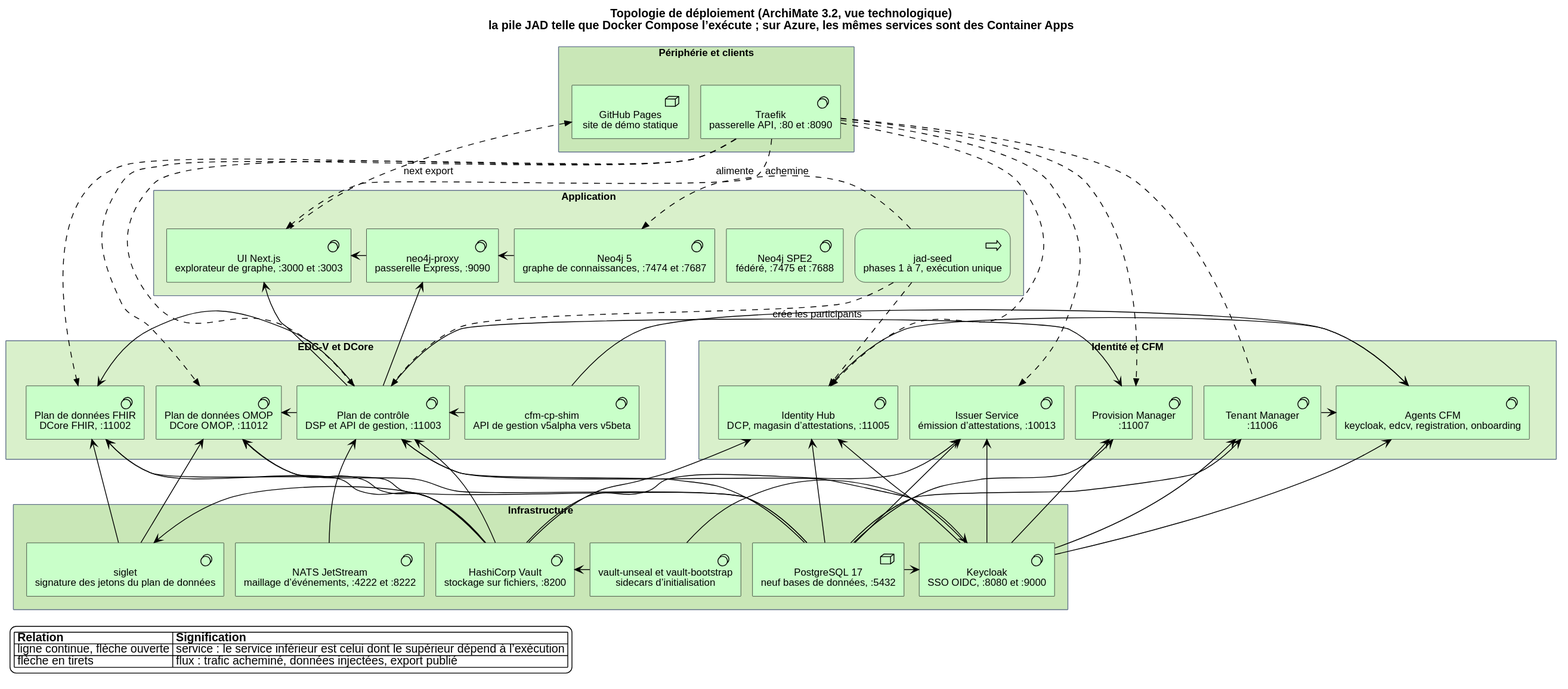
Above: ui/public/published-docs/deployment.fr.svg in ma3u/MinimumViableHealthDataspacev2 (PlantUML), before the change.
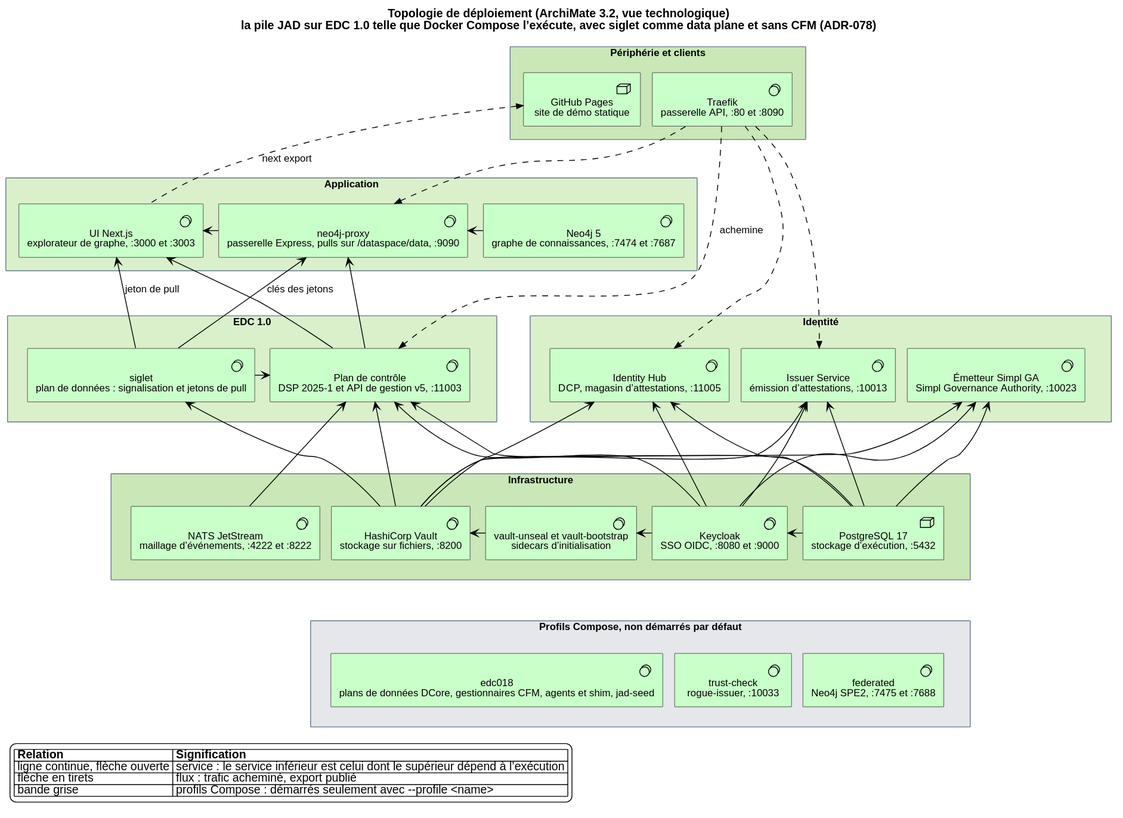
The same file after the commit.

The edit, as a diff of the source:
```diff
@@ -1,6 +1,6 @@
 @startuml
 !include <archimate/Archimate>
-title Topologie de déploiement (ArchiMate 3.2, vue technologique)\nla pile JAD telle que Docker Compose l’exécute ; sur Azure, les mêmes services sont des Container Apps
+title Topologie de déploiement (ArchiMate 3.2, vue technologique)\nla pile JAD sur EDC 1.0 telle que Docker Compose l’exécute, avec siglet comme data plane et sans CFM (ADR-078)
 skinparam defaultFontName Helvetica
 skinparam shadowing false
 skinparam nodesep 14
@@ -16,64 +16,50 @@
 }
 rectangle "Application" as APP #D9F0CB {
   Technology_SystemSoftware(ui, "UI Next.js\nexplorateur de graphe, :3000 et :3003")
-  Technology_SystemSoftware(proxy, "neo4j-proxy\npasserelle Express, :9090")
+  Technology_SystemSoftware(proxy, "neo4j-proxy\npasserelle Express, pulls sur /dataspace/data, :9090")
   Technology_SystemSoftware(neo4j, "Neo4j 5\ngraphe de connaissances, :7474 et :7687")
-  Technology_SystemSoftware(neo4j2, "Neo4j SPE2\nfédéré, :7475 et :7688")
-  Technology_Process(seed, "jad-seed\nphases 1 à 7, exécution unique")
 }
-rectangle "EDC-V et DCore" as EDC #D9F0CB {
-  Technology_SystemSoftware(cp, "Plan de contrôle\nDSP et API de gestion, :11003")
-  Technology_SystemSoftware(dpf, "Plan de données FHIR\nDCore FHIR, :11002")
-  Technology_SystemSoftware(dpo, "Plan de données OMOP\nDCore OMOP, :11012")
-  Technology_SystemSoftware(shim, "cfm-cp-shim\nAPI de gestion v5alpha vers v5beta")
+rectangle "EDC 1.0" as EDC #D9F0CB {
+  Technology_SystemSoftware(cp, "Plan de contrôle\nDSP 2025-1 et API de gestion v5, :11003")
+  Technology_SystemSoftware(sig, "siglet\nplan de données : signalisation et jetons de pull")
 }
-rectangle "Identité et CFM" as IDM #D9F0CB {
+rectangle "Identité" as IDM #D9F0CB {
   Technology_SystemSoftware(ih, "Identity Hub\nDCP, magasin d’attestations, :11005")
   Technology_SystemSoftware(is, "Issuer Service\némission d’attestations, :10013")
-  Technology_SystemSoftware(tm, "Tenant Manager\n:11006")
-  Technology_SystemSoftware(pm, "Provision Manager\n:11007")
-  Technology_SystemSoftware(agents, "Agents CFM\nkeycloak, edcv, registration, onboarding")
+  Technology_SystemSoftware(sga, "Émetteur Simpl GA\nSimpl Governance Authority, :10023")
 }
 rectangle "Infrastructure" as INFRA #C9E7B7 {
   Technology_SystemSoftware(kc, "Keycloak\nSSO OIDC, :8080 et :9000")
-  Technology_Node(pg, "PostgreSQL 17\nneuf bases de données, :5432")
+  Technology_Node(pg, "PostgreSQL 17\nstockage d’exécution, :5432")
   Technology_SystemSoftware(vault, "HashiCorp Vault\nstockage sur fichiers, :8200")
   Technology_SystemSoftware(vu, "vault-unseal et vault-bootstrap\nsidecars d’initialisation")
-  Technology_SystemSoftware(sig, "siglet\nsignature des jetons du plan de données")
   Technology_SystemSoftware(nats, "NATS JetStream\nmaillage d’événements, :4222 et :8222")
 }
+rectangle "Profils Compose, non démarrés par défaut" as PROF #E5E7EB {
+  Technology_SystemSoftware(e018, "edc018\nplans de données DCore, gestionnaires CFM, agents et shim, jad-seed")
+  Technology_SystemSoftware(trust, "trust-check\nrogue-issuer, :10033")
+  Technology_SystemSoftware(fed, "federated\nNeo4j SPE2, :7475 et :7688")
+}
 
-Rel_Flow(tfk, ui, "achemine")
-Rel_Flow(tfk, cp, " ")
-Rel_Flow(tfk, dpf, " ")
-Rel_Flow(tfk, dpo, " ")
+Rel_Flow(tfk, cp, "achemine")
+Rel_Flow(tfk, proxy, " ")
 Rel_Flow(tfk, ih, " ")
 Rel_Flow(tfk, is, " ")
-Rel_Flow(tfk, tm, " ")
-Rel_Flow(tfk, pm, " ")
 Rel_Flow_Up(ui, ghp, "next export")
 
 Rel_Serving_Right(proxy, ui)
 Rel_Serving_Up(cp, ui)
 Rel_Serving_Up(cp, proxy)
 Rel_Serving_Right(neo4j, proxy)
-Rel_Flow_Right(seed, neo4j, "alimente")
-Rel_Flow(seed, cp, "crée les participants")
-Rel_Flow(seed, ih, " ")
+Rel_Serving_Up(sig, ui, "jeton de pull")
+Rel_Serving_Up(sig, proxy, "clés des jetons")
 
 Rel_Serving_Up(pg, cp)
 Rel_Serving_Up(vault, cp)
 Rel_Serving_Up(nats, cp)
 Rel_Serving_Up(kc, cp)
-Rel_Serving_Left(cp, dpf)
-Rel_Serving_Left(cp, dpo)
-Rel_Serving_Up(pg, dpf)
-Rel_Serving_Up(vault, dpf)
-Rel_Serving_Up(pg, dpo)
-Rel_Serving_Up(vault, dpo)
-Rel_Serving_Up(sig, dpf)
-Rel_Serving_Up(sig, dpo)
-Rel_Serving_Left(shim, cp)
+Rel_Serving_Left(sig, cp)
+Rel_Serving_Up(vault, sig)
 
 Rel_Serving_Up(pg, ih)
 Rel_Serving_Up(vault, ih)
@@ -81,43 +67,33 @@
 Rel_Serving_Up(pg, is)
 Rel_Serving_Up(vault, is)
 Rel_Serving_Up(kc, is)
-Rel_Serving_Up(pg, tm)
-Rel_Serving_Up(kc, tm)
-Rel_Serving_Up(pg, pm)
-Rel_Serving_Up(kc, pm)
-Rel_Serving_Up(cp, pm)
-Rel_Serving_Up(kc, agents)
-Rel_Serving_Up(shim, agents)
-Rel_Serving_Right(ih, agents)
-Rel_Serving_Right(tm, agents)
+Rel_Serving_Up(pg, sga)
+Rel_Serving_Up(vault, sga)
+Rel_Serving_Up(kc, sga)
 
-Rel_Serving_Right(pg, kc)
-Rel_Serving_Right(vu, vault)
-Rel_Serving_Right(vu, kc)
-Rel_Serving_Right(vault, sig)
+Rel_Serving_Left(pg, kc)
+Rel_Serving_Left(kc, vu)
+Rel_Serving_Left(vu, vault)
 
 tfk -[hidden]right- ghp
 ui -[hidden]right- proxy
 proxy -[hidden]right- neo4j
-neo4j -[hidden]right- neo4j2
-neo4j2 -[hidden]right- seed
-cp -[hidden]right- dpf
-dpf -[hidden]right- dpo
-dpo -[hidden]right- shim
+cp -[hidden]right- sig
 ih -[hidden]right- is
-is -[hidden]right- tm
-tm -[hidden]right- pm
-pm -[hidden]right- agents
+is -[hidden]right- sga
+nats -[hidden]right- vault
+vault -[hidden]right- vu
+vu -[hidden]right- kc
 kc -[hidden]right- pg
-pg -[hidden]right- vault
-vault -[hidden]right- vu
-vu -[hidden]right- sig
-sig -[hidden]right- nats
 EDC -[hidden]right- IDM
+INFRA -[hidden]down- PROF
+e018 -[hidden]right- trust
+trust -[hidden]right- fed
 
 legend bottom left
 |= Relation |= Signification |
 | ligne continue, flèche ouverte | service : le service inférieur est celui dont le supérieur dépend à l’exécution |
-| flèche en tirets | flux : trafic acheminé, données injectées, export publié |
+| flèche en tirets | flux : trafic acheminé, export publié |
+| bande grise | profils Compose : démarrés seulement avec --profile <name> |
 endlegend
 @enduml
```
